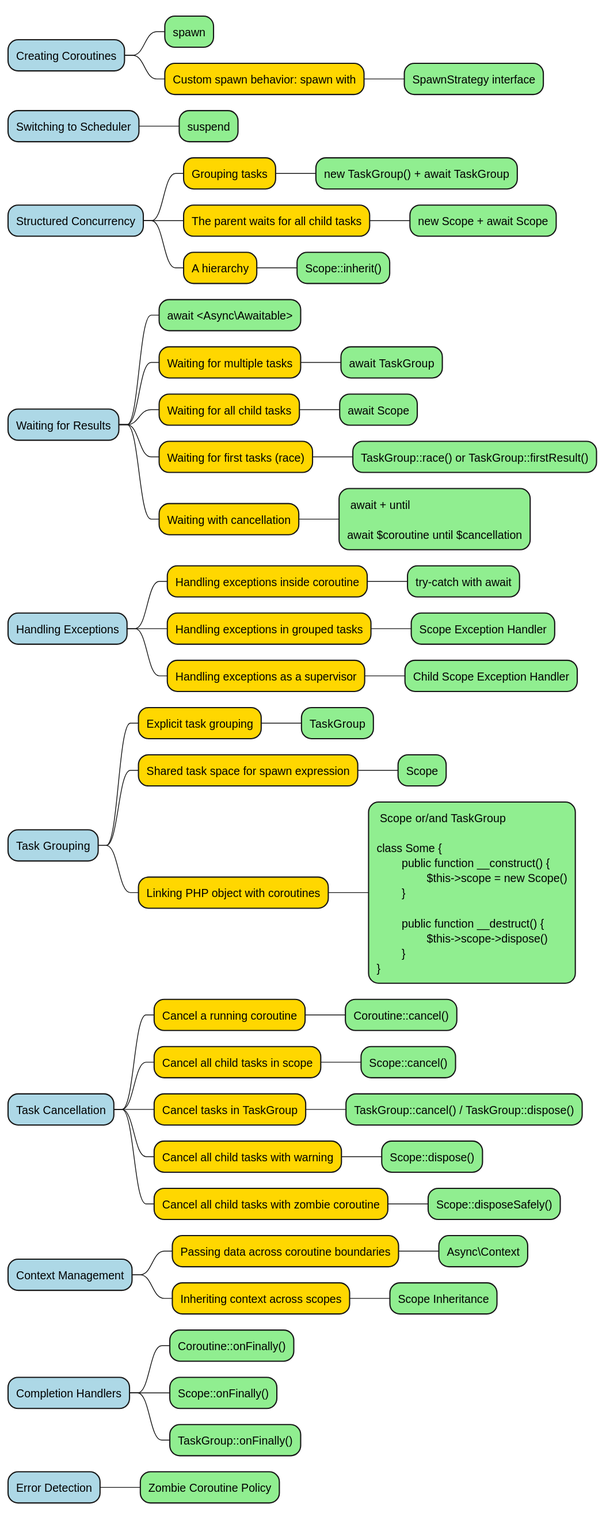
The PlantUML diagram diagrams/mind-map.svg in true-async/php-true-async-rfc, before a commit. The source it was exported from:
```plantuml
@startmindmap
*[#lightblue] Creating Coroutines
**[#lightgreen] spawn
**[#FFD700]  Custom spawn behavior: spawn with
***[#lightgreen] SpawnStrategy interface

*[#lightblue] Switching to Scheduler
**[#lightgreen] suspend
*[#lightblue] Structured Concurrency
**[#FFD700] Grouping tasks
***[#lightgreen] new TaskGroup() + await TaskGroup
**[#FFD700] The parent waits for all child tasks
***[#lightgreen] new Scope + await Scope
**[#FFD700] A hierarchy
***[#lightgreen] Scope::inherit()
*[#lightblue] Waiting for Results
**[#lightgreen] await <Async\Awaitable>
**[#FFD700] Waiting for multiple tasks
***[#lightgreen] await TaskGroup
**[#FFD700] Waiting for all child tasks
***[#lightgreen] await Scope
**[#FFD700] Waiting for first tasks (race)
***[#lightgreen] TaskGroup::race() or TaskGroup::firstResult()
**[#FFD700] Waiting with cancellation
***[#lightgreen]: await + until

await $coroutine until $cancellation;
*[#lightblue] Handling Exceptions
**[#FFD700] Handling exceptions inside coroutine
***[#lightgreen] try-catch with await
**[#FFD700] Handling exceptions in grouped tasks
***[#lightgreen] Scope Exception Handler
**[#FFD700] Handling exceptions as a supervisor
***[#lightgreen] Child Scope Exception Handler
*[#lightblue] Task Grouping
**[#FFD700] Explicit task grouping
***[#lightgreen] TaskGroup
**[#FFD700] Shared task space for spawn expression
***[#lightgreen] Scope
**[#FFD700] Linking PHP object with coroutines
***[#lightgreen]: Scope or/and TaskGroup

class Some {
	public function __construct() {
		$this->scope = new Scope()
	}

	public function __destruct() {
		$this->scope->dispose()
	}
};
*[#lightblue] Task Cancellation
**[#FFD700] Cancel a running coroutine
***[#lightgreen] Coroutine::cancel()
**[#FFD700] Cancel all child tasks in scope
***[#lightgreen] Scope::cancel()
**[#FFD700] Cancel tasks in TaskGroup
***[#lightgreen] TaskGroup::cancel() / TaskGroup::dispose()
**[#FFD700] Cancel all child tasks with warning
***[#lightgreen] Scope::dispose()
**[#FFD700] Cancel all child tasks with zombie coroutine
***[#lightgreen] Scope::disposeSafely()
*[#lightblue] Context Management
**[#FFD700] Passing data across coroutine boundaries
***[#lightgreen] Async\Context
**[#FFD700] Inheriting context across scopes
***[#lightgreen] Scope Inheritance

*[#lightblue] Completion Handlers
**[#lightgreen] Coroutine::onFinally()
**[#lightgreen] Scope::onFinally()
**[#lightgreen] TaskGroup::onFinally()

*[#lightblue] Error Detection
**[#lightgreen] Zombie Coroutine Policy

@endmindmap
```
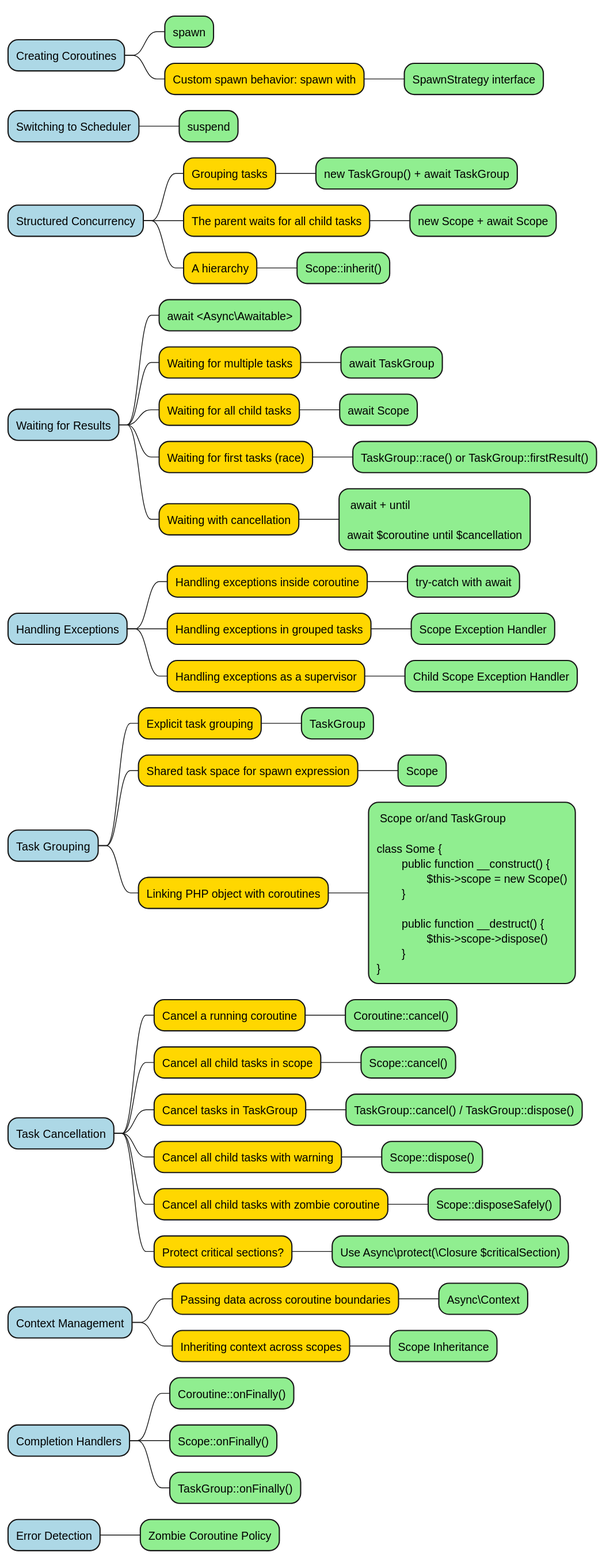
Later version of the same file.

Commit message:
Enhance mind map with critical section protection and async closure usage

What changed in the source:
```diff
@@ -60,6 +60,9 @@
 ***[#lightgreen] Scope::dispose()
 **[#FFD700] Cancel all child tasks with zombie coroutine
 ***[#lightgreen] Scope::disposeSafely()
+**[#FFD700] Protect critical sections?
+***[#lightgreen] Use Async\protect(\Closure $criticalSection)
+
 *[#lightblue] Context Management
 **[#FFD700] Passing data across coroutine boundaries
 ***[#lightgreen] Async\Context
```
